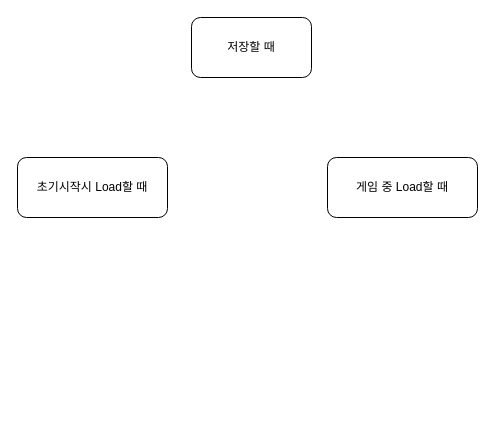
steelfs/JY keeps this draw.io diagram as 다이어그램/PlayerData Save, Load.drawio. Above is the earlier version. Source tidied: cells renumbered, new cells numbered last; positions are measured from the earlier drawing's top-left corner, leaving out a move shared by most shapes. Both pictures are drawn from the tidied source at 100%, with x=0, y=0 at pixel (17, 17).
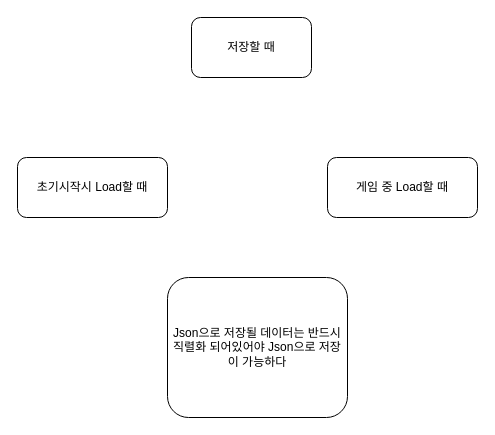
The same page after the edit.

The edit, as a diff of the source:
```diff
@@
 <mxGraphModel>
   <root>
     <mxCell id="0" />
     <mxCell id="1" parent="0" />
     <mxCell id="2" value="저장할 때" style="rounded=1;whiteSpace=wrap;html=1;" parent="1" vertex="1">
       <mxGeometry x="174" width="120" height="60" as="geometry" />
     </mxCell>
     <mxCell id="3" value="초기시작시 Load할 때" style="rounded=1;whiteSpace=wrap;html=1;" parent="1" vertex="1">
       <mxGeometry y="140" width="150" height="60" as="geometry" />
     </mxCell>
     <mxCell id="4" value="게임 중 Load할 때" style="rounded=1;whiteSpace=wrap;html=1;" parent="1" vertex="1">
       <mxGeometry x="310" y="140" width="150" height="60" as="geometry" />
     </mxCell>
+    <mxCell id="5" value="Json으로 저장될 데이터는 반드시 직렬화 되어있어야 Json으로 저장이 가능하다" style="rounded=1;whiteSpace=wrap;html=1;" parent="1" vertex="1">
+      <mxGeometry x="150" y="260" width="180" height="140" as="geometry" />
+    </mxCell>
   </root>
 </mxGraphModel>
```
